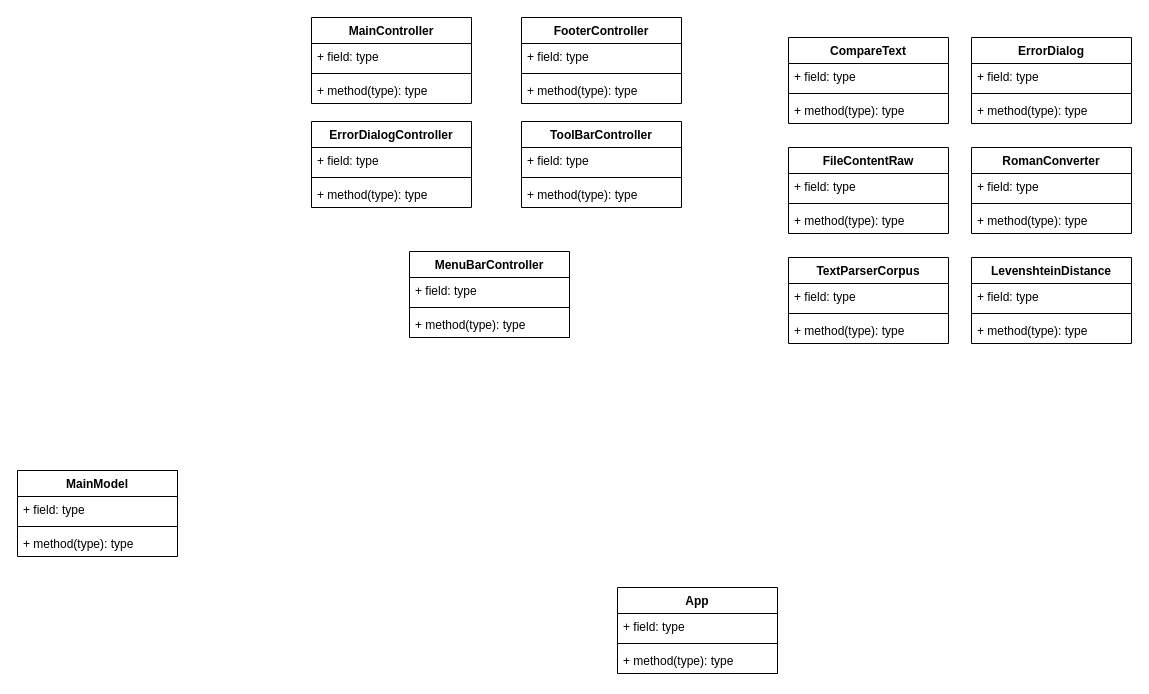
Earlier version of the draw.io diagram diagram.drawio (bluntwise/projetCorpusEditeur). Source tidied: cells renumbered, new cells numbered last; positions are measured from the earlier drawing's top-left corner, leaving out a move shared by most shapes. Both pictures are drawn from the tidied source at 100%, with x=0, y=0 at pixel (17, 17).
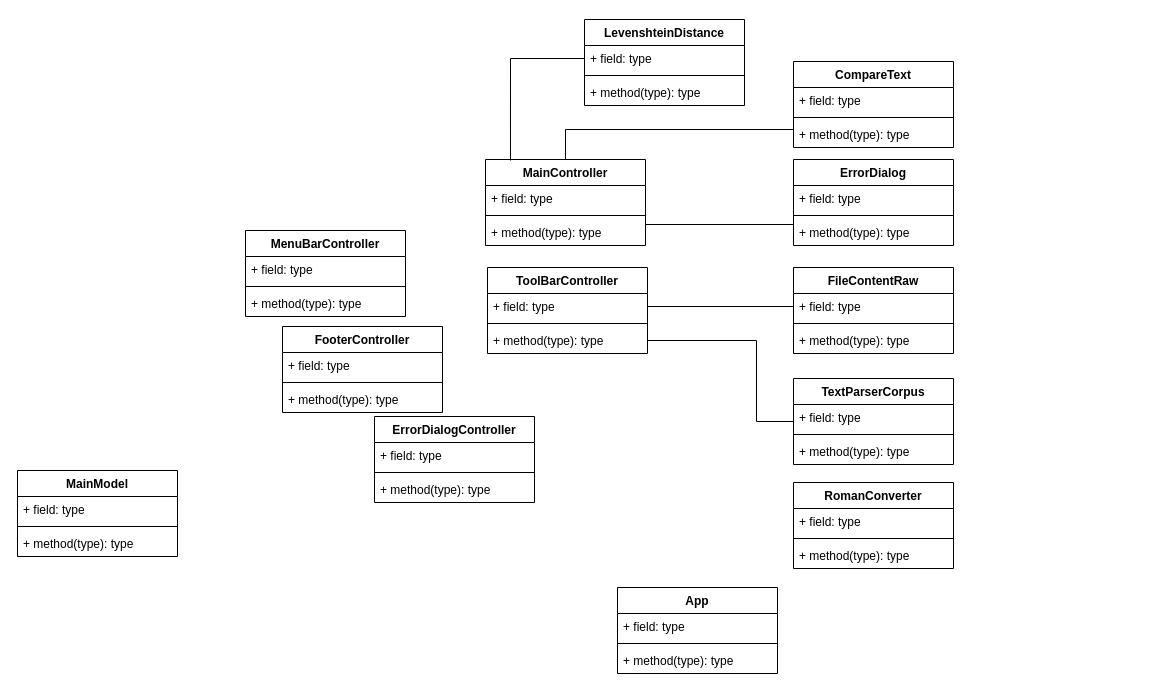
The same diagram, later.

The change refers to these unchanged cells:
```xml
<mxCell id="5" value="+ method(type): type" style="text;strokeColor=none;fillColor=none;align=left;verticalAlign=top;spacingLeft=4;spacingRight=4;overflow=hidden;points=[[0,0.5],[1,0.5]];portConstraint=eastwest;whiteSpace=wrap;html=1;" parent="2" vertex="1">
  <mxGeometry y="60" width="160" height="26" as="geometry" />
</mxCell>
<mxCell id="19" value="+ field: type" style="text;strokeColor=none;fillColor=none;align=left;verticalAlign=top;spacingLeft=4;spacingRight=4;overflow=hidden;points=[[0,0.5],[1,0.5]];portConstraint=eastwest;whiteSpace=wrap;html=1;" parent="18" vertex="1">
  <mxGeometry y="26" width="160" height="26" as="geometry" />
</mxCell>
<mxCell id="21" value="+ method(type): type" style="text;strokeColor=none;fillColor=none;align=left;verticalAlign=top;spacingLeft=4;spacingRight=4;overflow=hidden;points=[[0,0.5],[1,0.5]];portConstraint=eastwest;whiteSpace=wrap;html=1;" parent="18" vertex="1">
  <mxGeometry y="60" width="160" height="26" as="geometry" />
</mxCell>
<mxCell id="31" value="+ field: type" style="text;strokeColor=none;fillColor=none;align=left;verticalAlign=top;spacingLeft=4;spacingRight=4;overflow=hidden;points=[[0,0.5],[1,0.5]];portConstraint=eastwest;whiteSpace=wrap;html=1;" parent="30" vertex="1">
  <mxGeometry y="26" width="160" height="26" as="geometry" />
</mxCell>
<mxCell id="41" value="+ method(type): type" style="text;strokeColor=none;fillColor=none;align=left;verticalAlign=top;spacingLeft=4;spacingRight=4;overflow=hidden;points=[[0,0.5],[1,0.5]];portConstraint=eastwest;whiteSpace=wrap;html=1;" parent="38" vertex="1">
  <mxGeometry y="60" width="160" height="26" as="geometry" />
</mxCell>
<mxCell id="51" value="+ field: type" style="text;strokeColor=none;fillColor=none;align=left;verticalAlign=top;spacingLeft=4;spacingRight=4;overflow=hidden;points=[[0,0.5],[1,0.5]];portConstraint=eastwest;whiteSpace=wrap;html=1;" parent="50" vertex="1">
  <mxGeometry y="26" width="160" height="26" as="geometry" />
</mxCell>
```

The edit, as a diff of the source:
```diff
@@
+    <mxCell id="54" style="edgeStyle=orthogonalEdgeStyle;rounded=1;jettySize=auto;html=1;curved=0;strokeColor=none;" parent="1" edge="1" source="2" target="31">
+      <mxGeometry relative="1" as="geometry" />
+    </mxCell>
     <mxCell id="2" value="MainController&lt;div&gt;&lt;br&gt;&lt;/div&gt;" style="swimlane;fontStyle=1;align=center;verticalAlign=top;horizontal=1;startSize=26;whiteSpace=wrap;html=1;" parent="1" vertex="1">
-      <mxGeometry x="294" width="160" height="86" as="geometry" />
+      <mxGeometry x="468" y="142" width="160" height="86" as="geometry" />
     </mxCell>
@@
     <mxCell id="6" value="&lt;div&gt;FooterController&lt;/div&gt;&lt;div&gt;&lt;br&gt;&lt;/div&gt;" style="swimlane;fontStyle=1;align=center;verticalAlign=top;horizontal=1;startSize=26;whiteSpace=wrap;html=1;" parent="1" vertex="1">
-      <mxGeometry x="504" width="160" height="86" as="geometry" />
+      <mxGeometry x="265" y="309" width="160" height="86" as="geometry" />
     </mxCell>
@@
     <mxCell id="10" value="MenuBarController&lt;div&gt;&lt;br&gt;&lt;/div&gt;" style="swimlane;fontStyle=1;align=center;verticalAlign=top;horizontal=1;startSize=26;whiteSpace=wrap;html=1;" parent="1" vertex="1">
-      <mxGeometry x="392" y="234" width="160" height="86" as="geometry" />
+      <mxGeometry x="228" y="213" width="160" height="86" as="geometry" />
     </mxCell>
@@
     <mxCell id="14" value="&lt;div&gt;ErrorDialogController&lt;/div&gt;&lt;div&gt;&lt;br&gt;&lt;/div&gt;" style="swimlane;fontStyle=1;align=center;verticalAlign=top;horizontal=1;startSize=26;whiteSpace=wrap;html=1;" parent="1" vertex="1">
-      <mxGeometry x="294" y="104" width="160" height="86" as="geometry" />
+      <mxGeometry x="357" y="399" width="160" height="86" as="geometry" />
     </mxCell>
@@
     <mxCell id="18" value="&lt;div&gt;ToolBarController&lt;/div&gt;&lt;div&gt;&lt;br&gt;&lt;/div&gt;" style="swimlane;fontStyle=1;align=center;verticalAlign=top;horizontal=1;startSize=26;whiteSpace=wrap;html=1;" parent="1" vertex="1">
-      <mxGeometry x="504" y="104" width="160" height="86" as="geometry" />
+      <mxGeometry x="470" y="250" width="160" height="86" as="geometry" />
     </mxCell>
@@
     <mxCell id="30" value="&lt;div&gt;ErrorDialog&lt;/div&gt;&lt;div&gt;&lt;br&gt;&lt;/div&gt;" style="swimlane;fontStyle=1;align=center;verticalAlign=top;horizontal=1;startSize=26;whiteSpace=wrap;html=1;" parent="1" vertex="1">
-      <mxGeometry x="954" y="20" width="160" height="86" as="geometry" />
+      <mxGeometry x="776" y="142" width="160" height="86" as="geometry" />
     </mxCell>
@@
+    <mxCell id="55" style="edgeStyle=orthogonalEdgeStyle;rounded=0;jettySize=auto;html=1;endArrow=none;startFill=0;entryX=0.5;entryY=0;entryDx=0;entryDy=0;" parent="1" edge="1" source="34" target="2">
+      <mxGeometry relative="1" as="geometry">
+        <Array as="points">
+          <mxPoint x="548" y="112" />
+        </Array>
+      </mxGeometry>
+    </mxCell>
     <mxCell id="34" value="&lt;div&gt;CompareText&lt;/div&gt;&lt;div&gt;&lt;br&gt;&lt;/div&gt;" style="swimlane;fontStyle=1;align=center;verticalAlign=top;horizontal=1;startSize=26;whiteSpace=wrap;html=1;" parent="1" vertex="1">
-      <mxGeometry x="771" y="20" width="160" height="86" as="geometry" />
+      <mxGeometry x="776" y="44" width="160" height="86" as="geometry" />
     </mxCell>
@@
+    <mxCell id="56" style="edgeStyle=orthogonalEdgeStyle;rounded=0;jettySize=auto;html=1;exitX=0;exitY=0.5;exitDx=0;exitDy=0;entryX=1;entryY=0.5;entryDx=0;entryDy=0;endArrow=none;startFill=0;" parent="1" edge="1" source="41" target="19">
+      <mxGeometry relative="1" as="geometry">
+        <Array as="points">
+          <mxPoint x="776" y="289" />
+        </Array>
+      </mxGeometry>
+    </mxCell>
     <mxCell id="38" value="&lt;div&gt;FileContentRaw&lt;/div&gt;" style="swimlane;fontStyle=1;align=center;verticalAlign=top;horizontal=1;startSize=26;whiteSpace=wrap;html=1;" parent="1" vertex="1">
-      <mxGeometry x="771" y="130" width="160" height="86" as="geometry" />
+      <mxGeometry x="776" y="250" width="160" height="86" as="geometry" />
     </mxCell>
@@
     <mxCell id="42" value="&lt;div&gt;RomanConverter&lt;/div&gt;&lt;div&gt;&lt;br&gt;&lt;/div&gt;" style="swimlane;fontStyle=1;align=center;verticalAlign=top;horizontal=1;startSize=26;whiteSpace=wrap;html=1;" parent="1" vertex="1">
-      <mxGeometry x="954" y="130" width="160" height="86" as="geometry" />
+      <mxGeometry x="776" y="465" width="160" height="86" as="geometry" />
     </mxCell>
@@
+    <mxCell id="57" style="edgeStyle=orthogonalEdgeStyle;rounded=0;jettySize=auto;html=1;entryX=1;entryY=0.5;entryDx=0;entryDy=0;endArrow=none;startFill=0;" parent="1" edge="1" source="46" target="21">
+      <mxGeometry relative="1" as="geometry">
+        <Array as="points">
+          <mxPoint x="739" y="404" />
+          <mxPoint x="739" y="323" />
+        </Array>
+      </mxGeometry>
+    </mxCell>
     <mxCell id="46" value="&lt;div&gt;TextParserCorpus&lt;/div&gt;&lt;div&gt;&lt;br&gt;&lt;/div&gt;" style="swimlane;fontStyle=1;align=center;verticalAlign=top;horizontal=1;startSize=26;whiteSpace=wrap;html=1;" parent="1" vertex="1">
-      <mxGeometry x="771" y="240" width="160" height="86" as="geometry" />
+      <mxGeometry x="776" y="361" width="160" height="86" as="geometry" />
     </mxCell>
@@
     <mxCell id="50" value="&lt;div&gt;LevenshteinDistance&lt;/div&gt;" style="swimlane;fontStyle=1;align=center;verticalAlign=top;horizontal=1;startSize=26;whiteSpace=wrap;html=1;" parent="1" vertex="1">
-      <mxGeometry x="954" y="240" width="160" height="86" as="geometry" />
+      <mxGeometry x="567" y="2" width="160" height="86" as="geometry" />
     </mxCell>
@@
+    <mxCell id="58" style="edgeStyle=orthogonalEdgeStyle;rounded=0;jettySize=auto;html=1;entryX=1;entryY=0.5;entryDx=0;entryDy=0;endArrow=none;startFill=0;" parent="1" edge="1" source="30" target="5">
+      <mxGeometry relative="1" as="geometry">
+        <Array as="points">
+          <mxPoint x="628" y="207" />
+        </Array>
+      </mxGeometry>
+    </mxCell>
+    <mxCell id="59" style="edgeStyle=orthogonalEdgeStyle;rounded=0;jettySize=auto;html=1;entryX=0.156;entryY=0.012;entryDx=0;entryDy=0;entryPerimeter=0;endArrow=none;startFill=0;" parent="1" edge="1" source="51" target="2">
+      <mxGeometry relative="1" as="geometry" />
+    </mxCell>
```
